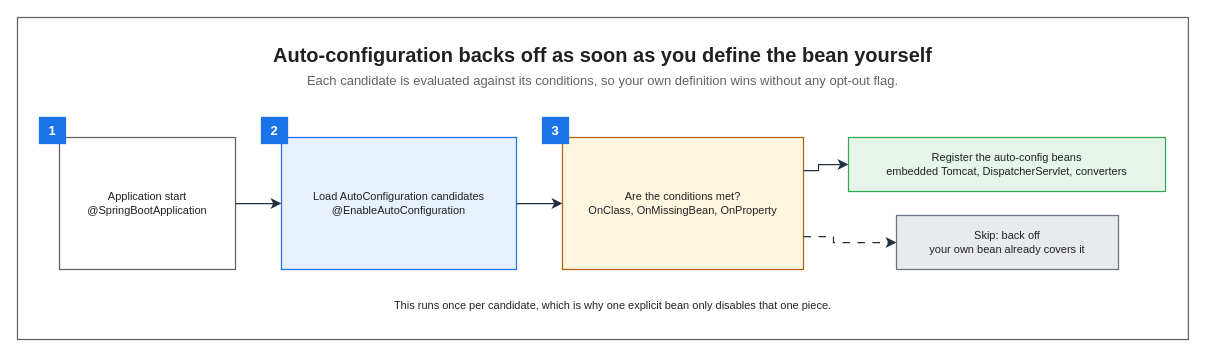
This is assets/img/spring/spring-07-autoconfiguration-flow.drawio from KKamJi98/kkamji98.github.io, a draw.io file, before an edit. Source tidied: cells renumbered, new cells numbered last; positions are measured from the earlier drawing's top-left corner, leaving out a move shared by most shapes. Both pictures are drawn from the tidied source at 100%, with x=0, y=0 at pixel (17, 17).
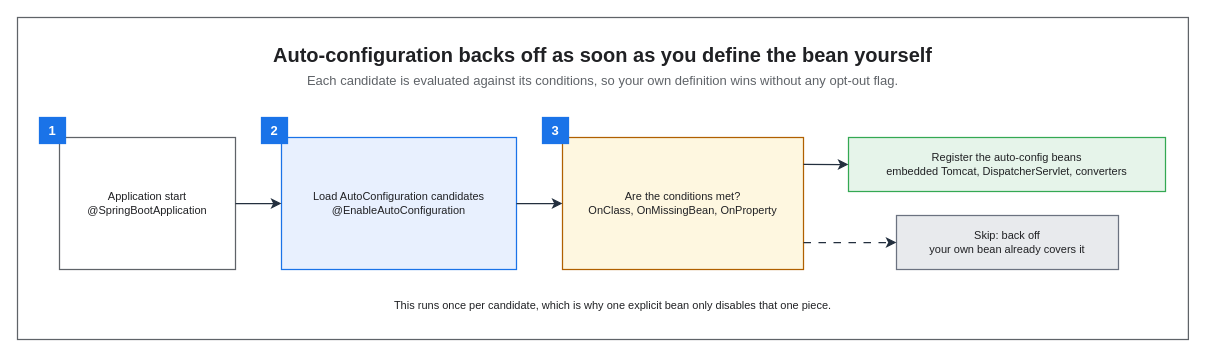
After the change.

The change refers to these unchanged cells:
```xml
<mxCell id="7" value="Are the conditions met?&#10;OnClass, OnMissingBean, OnProperty" style="rounded=0;whiteSpace=wrap;html=0;fillColor=#FEF7E0;strokeColor=#B06000;fontColor=#202124;fontSize=11;fontStyle=0;align=center;verticalAlign=middle;spacingLeft=6;spacingRight=6;strokeWidth=1.25;" parent="1" vertex="1">
  <mxGeometry x="545" y="120" width="241" height="132" as="geometry" />
</mxCell>
<mxCell id="8" value="Register the auto-config beans&#10;embedded Tomcat, DispatcherServlet, converters" style="rounded=0;whiteSpace=wrap;html=0;fillColor=#E6F4EA;strokeColor=#34A853;fontColor=#202124;fontSize=11;fontStyle=0;align=center;verticalAlign=middle;spacingLeft=6;spacingRight=6;strokeWidth=1.25;" parent="1" vertex="1">
  <mxGeometry x="831" y="120" width="317" height="54" as="geometry" />
</mxCell>
<mxCell id="9" value="Skip: back off&#10;your own bean already covers it" style="rounded=0;whiteSpace=wrap;html=0;fillColor=#E8EAED;strokeColor=#6B7280;fontColor=#202124;fontSize=11;fontStyle=0;align=center;verticalAlign=middle;spacingLeft=6;spacingRight=6;strokeWidth=1.25;" parent="1" vertex="1">
  <mxGeometry x="879" y="198" width="222" height="54" as="geometry" />
</mxCell>
```

The edit, as a diff of the source:
```diff
@@
-    <mxCell id="16" style="edgeStyle=orthogonalEdgeStyle;rounded=0;html=0;strokeColor=#232F3E;strokeWidth=1.25;endArrow=classic;endFill=1;endSize=7;fontSize=11;fontColor=#202124;labelBackgroundColor=none;jettySize=14;exitX=1;exitY=0.25;entryX=0;entryY=0.5;exitDx=0;exitDy=0;entryDx=0;entryDy=0;" parent="1" edge="1" source="7" target="8">
-      <mxGeometry relative="1" as="geometry">
-        <Array as="points">
-          <mxPoint x="801" y="153" />
-          <mxPoint x="801" y="147" />
-        </Array>
-      </mxGeometry>
+    <mxCell id="16" style="edgeStyle=orthogonalEdgeStyle;rounded=0;html=0;strokeColor=#232F3E;strokeWidth=1.25;endArrow=classic;endFill=1;endSize=7;fontSize=11;fontColor=#202124;labelBackgroundColor=none;jettySize=14;exitX=1;exitY=0.2045;entryX=0;entryY=0.5;exitDx=0;exitDy=0;entryDx=0;entryDy=0;" parent="1" edge="1" source="7" target="8">
+      <mxGeometry relative="1" as="geometry" />
     </mxCell>
-    <mxCell id="17" style="edgeStyle=orthogonalEdgeStyle;rounded=0;html=0;strokeColor=#232F3E;strokeWidth=1.25;endArrow=classic;endFill=1;endSize=7;fontSize=11;fontColor=#202124;labelBackgroundColor=none;jettySize=14;dashed=1;dashPattern=6 6;exitX=1;exitY=0.75;entryX=0;entryY=0.5;exitDx=0;exitDy=0;entryDx=0;entryDy=0;" parent="1" edge="1" source="7" target="9">
-      <mxGeometry relative="1" as="geometry">
-        <Array as="points">
-          <mxPoint x="816" y="219" />
-          <mxPoint x="816" y="225" />
-        </Array>
-      </mxGeometry>
+    <mxCell id="17" style="edgeStyle=orthogonalEdgeStyle;rounded=0;html=0;strokeColor=#232F3E;strokeWidth=1.25;endArrow=classic;endFill=1;endSize=7;fontSize=11;fontColor=#202124;labelBackgroundColor=none;jettySize=14;dashed=1;dashPattern=6 6;exitX=1;exitY=0.7955;entryX=0;entryY=0.5;exitDx=0;exitDy=0;entryDx=0;entryDy=0;" parent="1" edge="1" source="7" target="9">
+      <mxGeometry relative="1" as="geometry" />
     </mxCell>
```
